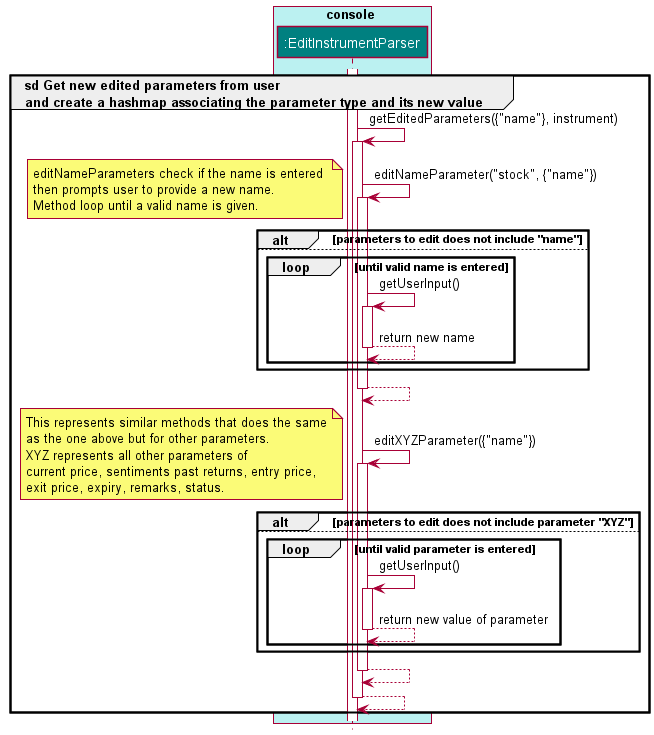
Above: docs/images/EditRefrence.png in williamlamjy/mTracker (PlantUML), before the change.
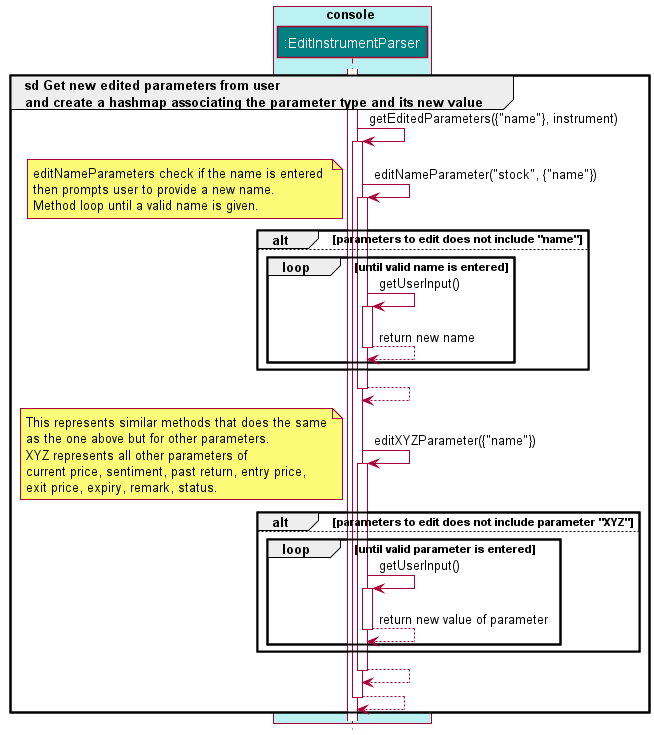
After the change.

Commit message:
Update diagrams and correct some wordings

Diff of the diagram source:
```diff
@@ -30,7 +30,7 @@
 deactivate EditInstrumentParser
 
 EditInstrumentParser -> EditInstrumentParser: editXYZParameter({"name"})
-note left: This represents similar methods that does the same\nas the one above but for other parameters.\nXYZ represents all other parameters of\ncurrent price, sentiments past returns, entry price,\nexit price, expiry, remarks, status.
+note left: This represents similar methods that does the same\nas the one above but for other parameters.\nXYZ represents all other parameters of\ncurrent price, sentiment, past return, entry price,\nexit price, expiry, remark, status.
 activate EditInstrumentParser
 
 alt parameters to edit does not include parameter "XYZ"
```
